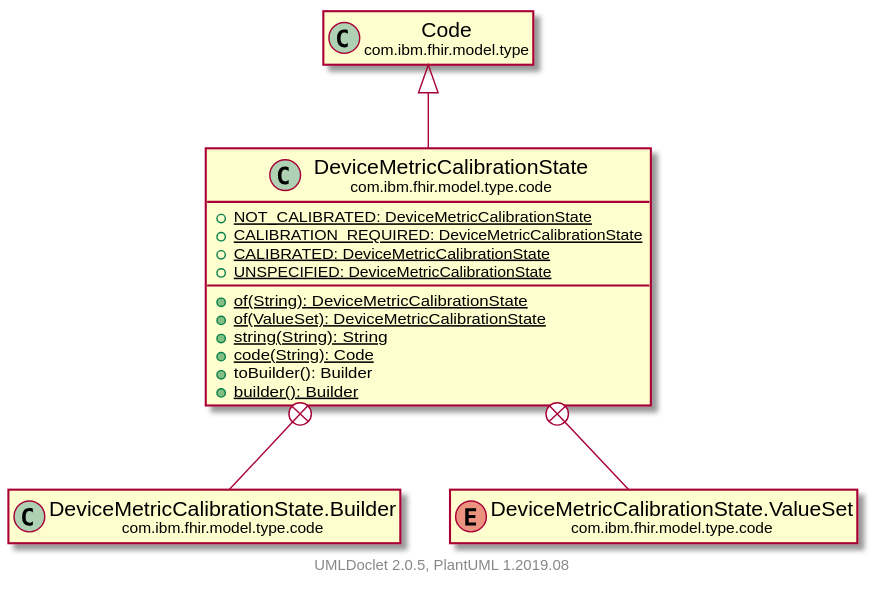
tumblewind/FHIR keeps this PlantUML diagram as javadocs/latest/com/ibm/fhir/model/type/code/DeviceMetricCalibrationState.svg. Above is the earlier version.
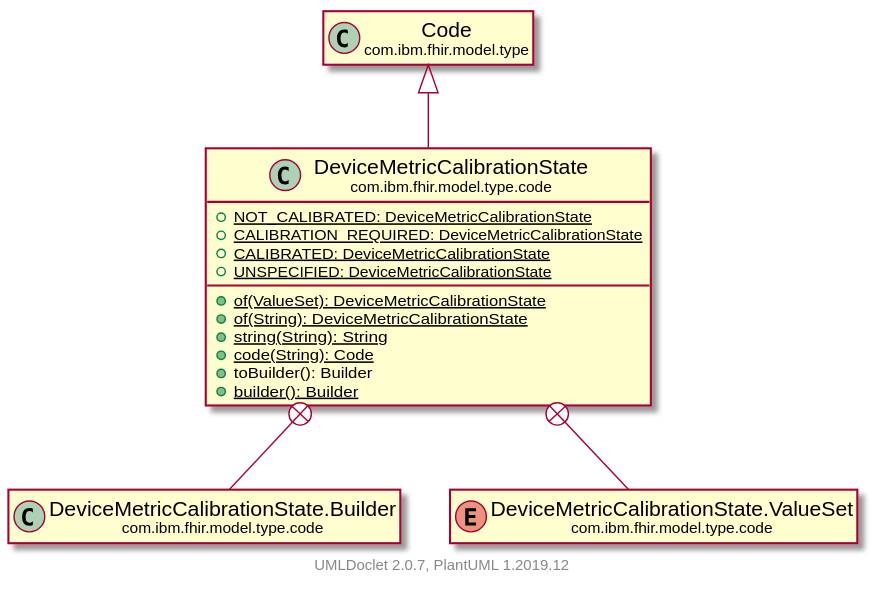
After the commit.

Change to the diagram source:
```diff
@@ -8,8 +8,8 @@
         {static} +CALIBRATION_REQUIRED: DeviceMetricCalibrationState
         {static} +CALIBRATED: DeviceMetricCalibrationState
         {static} +UNSPECIFIED: DeviceMetricCalibrationState
+        {static} +of(ValueSet): DeviceMetricCalibrationState
         {static} +of(String): DeviceMetricCalibrationState
-        {static} +of(ValueSet): DeviceMetricCalibrationState
         {static} +string(String): String
         {static} +code(String): Code
         +toBuilder(): Builder
@@ -24,5 +24,5 @@
     com.ibm.fhir.model.type.code.DeviceMetricCalibrationState +-- com.ibm.fhir.model.type.code.DeviceMetricCalibrationState.Builder
     com.ibm.fhir.model.type.code.DeviceMetricCalibrationState +-- com.ibm.fhir.model.type.code.DeviceMetricCalibrationState.ValueSet
 
-    center footer UMLDoclet 2.0.5, PlantUML 1.2019.08
+    center footer UMLDoclet 2.0.7, PlantUML 1.2019.12
 @enduml
```
